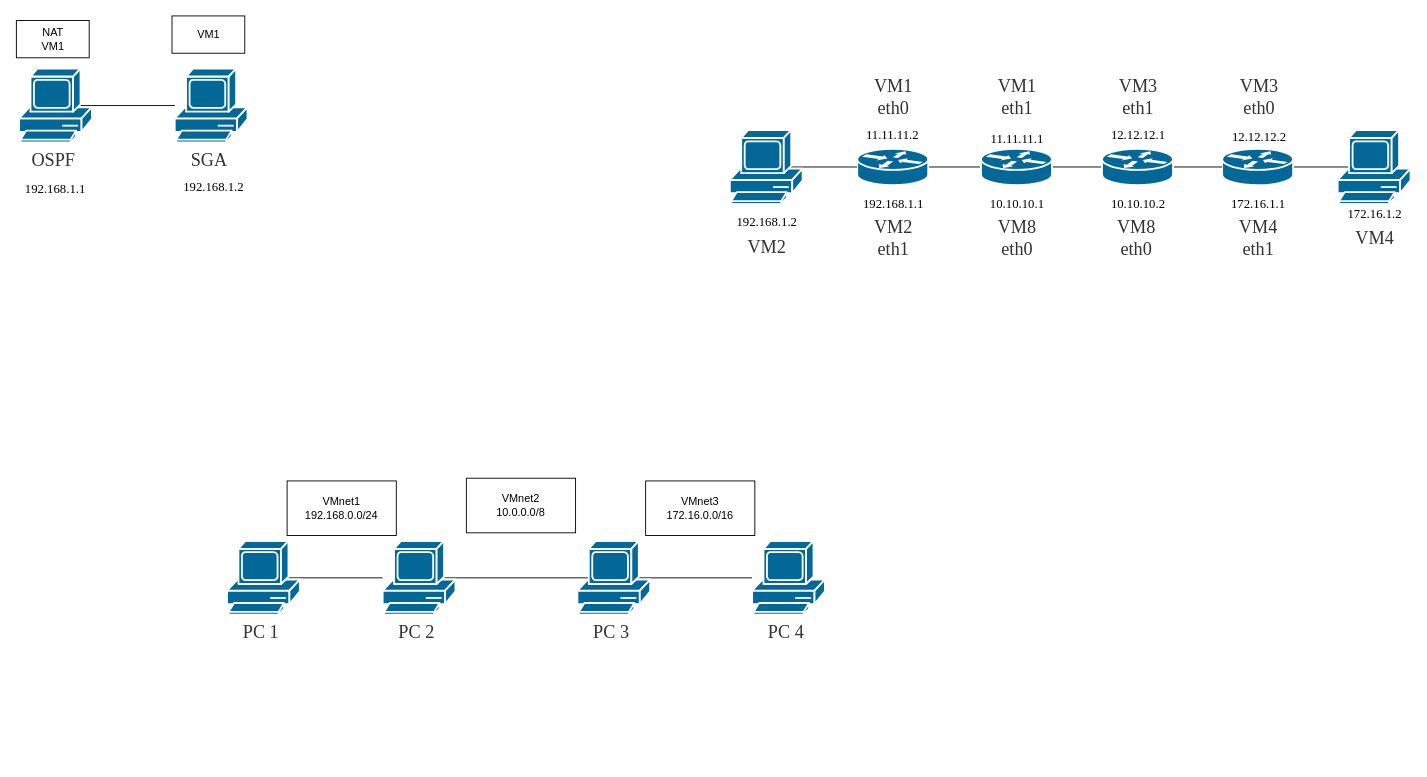
Before: page "DLP" (5 of 6) of Untitled Diagram.drawio in knorke102/schemes, a draw.io diagram. Source tidied: cells renumbered, new cells numbered last; positions are measured from the earlier drawing's top-left corner, leaving out a move shared by most shapes. Both pictures are drawn from the tidied source at 91%, with x=0, y=0 at pixel (15, 15).
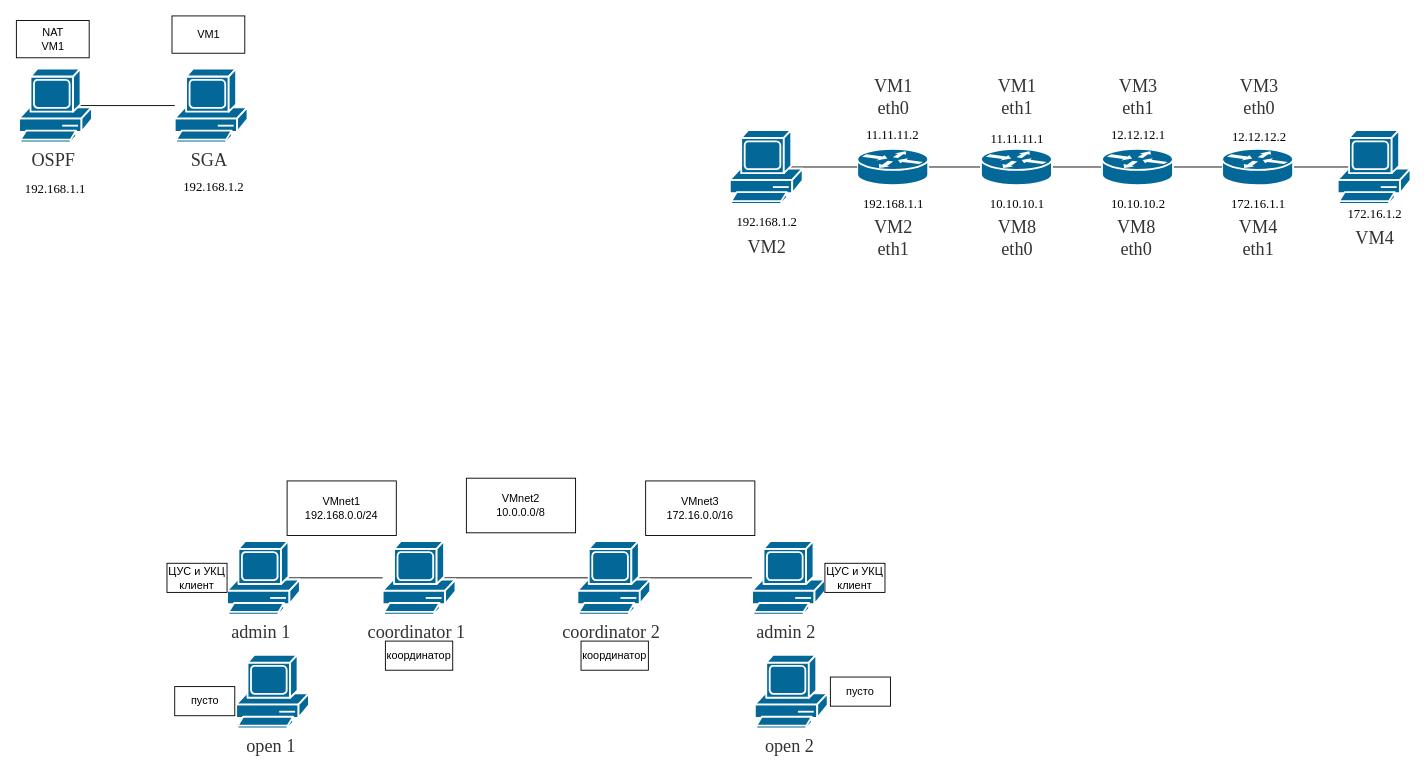
Above is the later version.

What changed in the source:
```diff
@@
-    <mxCell id="4" value="&lt;font color=&quot;#333333&quot;&gt;&lt;span style=&quot;background-color: rgb(255, 255, 255);&quot;&gt;PC 1&lt;/span&gt;&lt;/font&gt;" style="text;html=1;align=center;verticalAlign=middle;strokeColor=none;fillColor=none;fontFamily=Times New Roman;fontSize=20;rounded=0;" parent="1" vertex="1">
-      <mxGeometry x="240.5" y="658" width="57" height="36" as="geometry" />
+    <mxCell id="4" value="&lt;font color=&quot;#333333&quot;&gt;&lt;span style=&quot;background-color: rgb(255, 255, 255);&quot;&gt;admin 1&lt;/span&gt;&lt;/font&gt;" style="text;html=1;align=center;verticalAlign=middle;strokeColor=none;fillColor=none;fontFamily=Times New Roman;fontSize=20;rounded=0;" parent="1" vertex="1">
+      <mxGeometry x="227.5" y="658" width="83" height="36" as="geometry" />
     </mxCell>
@@
-    <mxCell id="7" value="&lt;font color=&quot;#333333&quot;&gt;&lt;span style=&quot;background-color: rgb(255, 255, 255);&quot;&gt;PC 2&lt;/span&gt;&lt;/font&gt;" style="text;html=1;align=center;verticalAlign=middle;strokeColor=none;fillColor=none;fontFamily=Times New Roman;fontSize=20;rounded=0;" parent="1" vertex="1">
-      <mxGeometry x="411.5" y="658" width="57" height="36" as="geometry" />
+    <mxCell id="7" value="&lt;font color=&quot;#333333&quot;&gt;&lt;span style=&quot;background-color: rgb(255, 255, 255);&quot;&gt;coordinator 1&lt;/span&gt;&lt;/font&gt;" style="text;html=1;align=center;verticalAlign=middle;strokeColor=none;fillColor=none;fontFamily=Times New Roman;fontSize=20;rounded=0;" parent="1" vertex="1">
+      <mxGeometry x="377.5" y="658" width="125" height="36" as="geometry" />
     </mxCell>
@@
-    <mxCell id="10" value="&lt;font color=&quot;#333333&quot;&gt;&lt;span style=&quot;background-color: rgb(255, 255, 255);&quot;&gt;PC 3&lt;/span&gt;&lt;/font&gt;" style="text;html=1;align=center;verticalAlign=middle;strokeColor=none;fillColor=none;fontFamily=Times New Roman;fontSize=20;rounded=0;" parent="1" vertex="1">
-      <mxGeometry x="625.5" y="658" width="57" height="36" as="geometry" />
+    <mxCell id="10" value="&lt;span style=&quot;color: rgb(51, 51, 51); background-color: rgb(255, 255, 255);&quot;&gt;coordinator 2&lt;/span&gt;" style="text;html=1;align=center;verticalAlign=middle;strokeColor=none;fillColor=none;fontFamily=Times New Roman;fontSize=20;rounded=0;" parent="1" vertex="1">
+      <mxGeometry x="591.5" y="658" width="125" height="36" as="geometry" />
     </mxCell>
@@
-    <mxCell id="12" value="&lt;font color=&quot;#333333&quot;&gt;&lt;span style=&quot;background-color: rgb(255, 255, 255);&quot;&gt;PC 4&lt;/span&gt;&lt;/font&gt;" style="text;html=1;align=center;verticalAlign=middle;strokeColor=none;fillColor=none;fontFamily=Times New Roman;fontSize=20;rounded=0;" parent="1" vertex="1">
-      <mxGeometry x="817.5" y="658" width="57" height="36" as="geometry" />
+    <mxCell id="12" value="&lt;font color=&quot;#333333&quot;&gt;&lt;span style=&quot;background-color: rgb(255, 255, 255);&quot;&gt;admin 2&lt;/span&gt;&lt;/font&gt;" style="text;html=1;align=center;verticalAlign=middle;strokeColor=none;fillColor=none;fontFamily=Times New Roman;fontSize=20;rounded=0;" parent="1" vertex="1">
+      <mxGeometry x="804.5" y="658" width="83" height="36" as="geometry" />
     </mxCell>
@@
+    <mxCell id="56" style="shape=mxgraph.cisco.computers_and_peripherals.pc;html=1;dashed=0;fillColor=#036897;strokeColor=#ffffff;strokeWidth=2;verticalLabelPosition=bottom;verticalAlign=top;align=center;rounded=0;" parent="1" vertex="1">
+      <mxGeometry x="242" y="702" width="80" height="81" as="geometry" />
+    </mxCell>
+    <mxCell id="57" value="&lt;font color=&quot;#333333&quot;&gt;&lt;span style=&quot;background-color: rgb(255, 255, 255);&quot;&gt;open 1&lt;/span&gt;&lt;/font&gt;" style="text;html=1;align=center;verticalAlign=middle;strokeColor=none;fillColor=none;fontFamily=Times New Roman;fontSize=20;rounded=0;" parent="1" vertex="1">
+      <mxGeometry x="243.5" y="783" width="72" height="36" as="geometry" />
+    </mxCell>
+    <mxCell id="58" style="shape=mxgraph.cisco.computers_and_peripherals.pc;html=1;dashed=0;fillColor=#036897;strokeColor=#ffffff;strokeWidth=2;verticalLabelPosition=bottom;verticalAlign=top;align=center;rounded=0;" parent="1" vertex="1">
+      <mxGeometry x="812" y="702" width="80" height="81" as="geometry" />
+    </mxCell>
+    <mxCell id="59" value="&lt;font color=&quot;#333333&quot;&gt;&lt;span style=&quot;background-color: rgb(255, 255, 255);&quot;&gt;open 2&lt;/span&gt;&lt;/font&gt;" style="text;html=1;align=center;verticalAlign=middle;strokeColor=none;fillColor=none;fontFamily=Times New Roman;fontSize=20;rounded=0;" parent="1" vertex="1">
+      <mxGeometry x="813.5" y="783" width="72" height="36" as="geometry" />
+    </mxCell>
+    <mxCell id="60" value="ЦУС и УКЦ&lt;br&gt;клиент" style="rounded=0;whiteSpace=wrap;html=1;" parent="1" vertex="1">
+      <mxGeometry x="166" y="601.5" width="66" height="32" as="geometry" />
+    </mxCell>
+    <mxCell id="61" value="пусто" style="rounded=0;whiteSpace=wrap;html=1;" parent="1" vertex="1">
+      <mxGeometry x="174.5" y="737" width="66" height="32" as="geometry" />
+    </mxCell>
+    <mxCell id="62" value="ЦУС и УКЦ&lt;br&gt;клиент" style="rounded=0;whiteSpace=wrap;html=1;" parent="1" vertex="1">
+      <mxGeometry x="889" y="601.5" width="66" height="32" as="geometry" />
+    </mxCell>
+    <mxCell id="63" value="пусто" style="rounded=0;whiteSpace=wrap;html=1;" parent="1" vertex="1">
+      <mxGeometry x="895" y="726.5" width="66" height="32" as="geometry" />
+    </mxCell>
+    <mxCell id="64" value="координатор" style="rounded=0;whiteSpace=wrap;html=1;" parent="1" vertex="1">
+      <mxGeometry x="621" y="687" width="74" height="32" as="geometry" />
+    </mxCell>
+    <mxCell id="65" value="координатор" style="rounded=0;whiteSpace=wrap;html=1;" parent="1" vertex="1">
+      <mxGeometry x="406" y="687" width="74" height="32" as="geometry" />
+    </mxCell>
```
